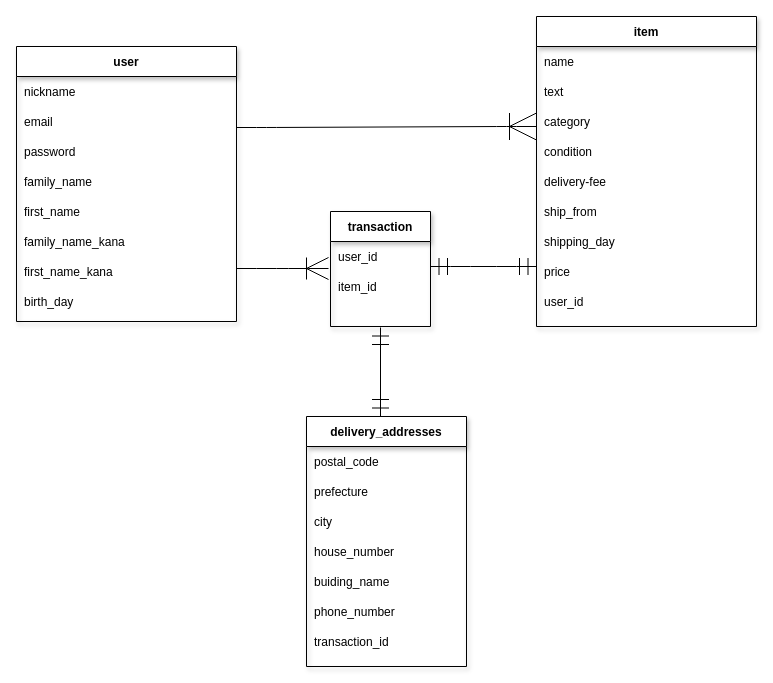
Above: er.dio in abeyuyajp/furima-34491 (draw.io), before the change. Source tidied: cells renumbered, new cells numbered last; positions are measured from the earlier drawing's top-left corner, leaving out a move shared by most shapes. Both pictures are drawn from the tidied source at 100%, with x=0, y=0 at pixel (16, 16).
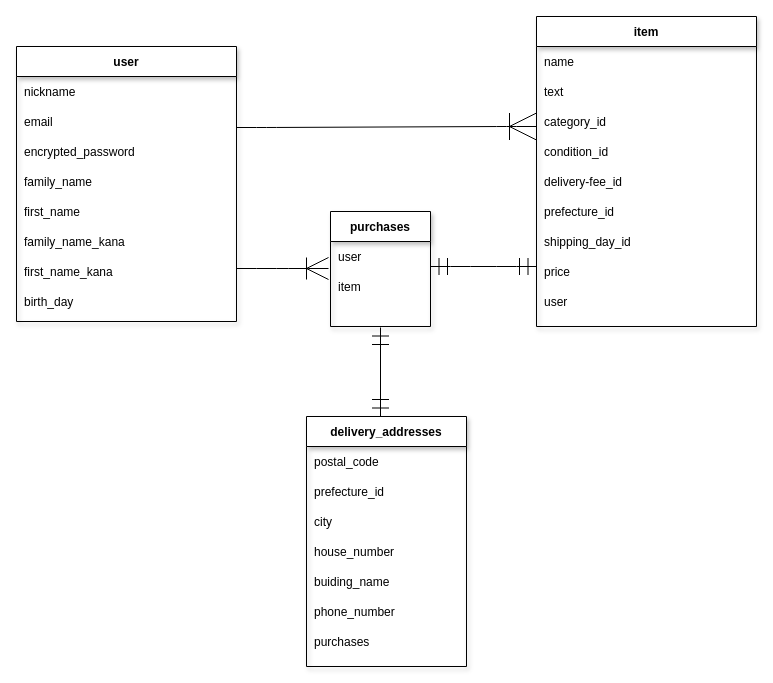
The same page after the edit.

Commit message (it also covers changes not shown here):
db設計の修正

The change refers to these unchanged cells:
```xml
<mxCell id="7" style="shape=partialRectangle;fillColor=none;top=0;left=0;bottom=0;right=0;" parent="2" vertex="1">
  <mxGeometry y="90" width="220" height="30" as="geometry" />
</mxCell>
<mxCell id="24" style="shape=partialRectangle;fillColor=none;top=0;left=0;bottom=0;right=0;" parent="19" vertex="1">
  <mxGeometry y="90" width="220" height="30" as="geometry" />
</mxCell>
<mxCell id="26" style="shape=partialRectangle;fillColor=none;top=0;left=0;bottom=0;right=0;" parent="19" vertex="1">
  <mxGeometry y="120" width="220" height="30" as="geometry" />
</mxCell>
<mxCell id="28" style="shape=partialRectangle;fillColor=none;top=0;left=0;bottom=0;right=0;" parent="19" vertex="1">
  <mxGeometry y="150" width="220" height="30" as="geometry" />
</mxCell>
<mxCell id="30" style="shape=partialRectangle;fillColor=none;top=0;left=0;bottom=0;right=0;" parent="19" vertex="1">
  <mxGeometry y="180" width="220" height="30" as="geometry" />
</mxCell>
<mxCell id="32" style="shape=partialRectangle;fillColor=none;top=0;left=0;bottom=0;right=0;" parent="19" vertex="1">
  <mxGeometry y="210" width="220" height="30" as="geometry" />
</mxCell>
<mxCell id="36" style="shape=partialRectangle;fillColor=none;top=0;left=0;bottom=0;right=0;" parent="19" vertex="1">
  <mxGeometry y="270" width="220" height="30" as="geometry" />
</mxCell>
<mxCell id="39" style="shape=partialRectangle;fillColor=none;top=0;left=0;bottom=0;right=0;" parent="38" vertex="1">
  <mxGeometry y="30" width="100" height="30" as="geometry" />
</mxCell>
<mxCell id="41" style="shape=partialRectangle;fillColor=none;top=0;left=0;bottom=0;right=0;" parent="38" vertex="1">
  <mxGeometry y="60" width="100" height="30" as="geometry" />
</mxCell>
<mxCell id="46" style="shape=partialRectangle;fillColor=none;top=0;left=0;bottom=0;right=0;" parent="43" vertex="1">
  <mxGeometry y="60" width="160" height="30" as="geometry" />
</mxCell>
<mxCell id="56" style="shape=partialRectangle;fillColor=none;top=0;left=0;bottom=0;right=0;" parent="43" vertex="1">
  <mxGeometry y="210" width="160" height="30" as="geometry" />
</mxCell>
```

What changed in the source:
```diff
@@
-    <mxCell id="8" value="password" style="shape=partialRectangle;fillColor=none;top=0;left=0;bottom=0;right=0;align=left;spacingLeft=6;overflow=hidden;" parent="7" vertex="1">
+    <mxCell id="8" value="encrypted_password" style="shape=partialRectangle;fillColor=none;top=0;left=0;bottom=0;right=0;align=left;spacingLeft=6;overflow=hidden;" parent="7" vertex="1">
       <mxGeometry width="220" height="30" as="geometry" />
     </mxCell>
@@
-    <mxCell id="25" value="category" style="shape=partialRectangle;fillColor=none;top=0;left=0;bottom=0;right=0;align=left;spacingLeft=6;overflow=hidden;" parent="24" vertex="1">
+    <mxCell id="25" value="category_id" style="shape=partialRectangle;fillColor=none;top=0;left=0;bottom=0;right=0;align=left;spacingLeft=6;overflow=hidden;" parent="24" vertex="1">
       <mxGeometry width="220" height="30" as="geometry" />
     </mxCell>
@@
-    <mxCell id="27" value="condition" style="shape=partialRectangle;fillColor=none;top=0;left=0;bottom=0;right=0;align=left;spacingLeft=6;overflow=hidden;" parent="26" vertex="1">
+    <mxCell id="27" value="condition_id" style="shape=partialRectangle;fillColor=none;top=0;left=0;bottom=0;right=0;align=left;spacingLeft=6;overflow=hidden;" parent="26" vertex="1">
       <mxGeometry width="220" height="30" as="geometry" />
     </mxCell>
@@
-    <mxCell id="29" value="delivery-fee" style="shape=partialRectangle;fillColor=none;top=0;left=0;bottom=0;right=0;align=left;spacingLeft=6;overflow=hidden;" parent="28" vertex="1">
+    <mxCell id="29" value="delivery-fee_id" style="shape=partialRectangle;fillColor=none;top=0;left=0;bottom=0;right=0;align=left;spacingLeft=6;overflow=hidden;" parent="28" vertex="1">
       <mxGeometry width="220" height="30" as="geometry" />
     </mxCell>
@@
-    <mxCell id="31" value="ship_from" style="shape=partialRectangle;fillColor=none;top=0;left=0;bottom=0;right=0;align=left;spacingLeft=6;overflow=hidden;" parent="30" vertex="1">
+    <mxCell id="31" value="prefecture_id" style="shape=partialRectangle;fillColor=none;top=0;left=0;bottom=0;right=0;align=left;spacingLeft=6;overflow=hidden;" parent="30" vertex="1">
       <mxGeometry width="220" height="30" as="geometry" />
     </mxCell>
@@
-    <mxCell id="33" value="shipping_day" style="shape=partialRectangle;fillColor=none;top=0;left=0;bottom=0;right=0;align=left;spacingLeft=6;overflow=hidden;" parent="32" vertex="1">
+    <mxCell id="33" value="shipping_day_id" style="shape=partialRectangle;fillColor=none;top=0;left=0;bottom=0;right=0;align=left;spacingLeft=6;overflow=hidden;" parent="32" vertex="1">
       <mxGeometry width="220" height="30" as="geometry" />
     </mxCell>
@@
-    <mxCell id="37" value="user_id" style="shape=partialRectangle;fillColor=none;top=0;left=0;bottom=0;right=0;align=left;spacingLeft=6;overflow=hidden;" parent="36" vertex="1">
+    <mxCell id="37" value="user" style="shape=partialRectangle;fillColor=none;top=0;left=0;bottom=0;right=0;align=left;spacingLeft=6;overflow=hidden;" parent="36" vertex="1">
       <mxGeometry width="220" height="30" as="geometry" />
     </mxCell>
-    <mxCell id="38" value="transaction" style="shape=table;startSize=30;childLayout=tableLayout;rowLines=0;fontStyle=1;align=center;shadow=1;" parent="1" vertex="1">
+    <mxCell id="38" value="purchases" style="shape=table;startSize=30;childLayout=tableLayout;rowLines=0;fontStyle=1;align=center;shadow=1;" parent="1" vertex="1">
       <mxGeometry x="314" y="195" width="100" height="115" as="geometry" />
     </mxCell>
@@
-    <mxCell id="40" value="user_id" style="shape=partialRectangle;fillColor=none;top=0;left=0;bottom=0;right=0;align=left;spacingLeft=6;overflow=hidden;" parent="39" vertex="1">
+    <mxCell id="40" value="user" style="shape=partialRectangle;fillColor=none;top=0;left=0;bottom=0;right=0;align=left;spacingLeft=6;overflow=hidden;" parent="39" vertex="1">
       <mxGeometry width="100" height="30" as="geometry" />
     </mxCell>
@@
-    <mxCell id="42" value="item_id" style="shape=partialRectangle;fillColor=none;top=0;left=0;bottom=0;right=0;align=left;spacingLeft=6;overflow=hidden;" parent="41" vertex="1">
+    <mxCell id="42" value="item" style="shape=partialRectangle;fillColor=none;top=0;left=0;bottom=0;right=0;align=left;spacingLeft=6;overflow=hidden;" parent="41" vertex="1">
       <mxGeometry width="100" height="30" as="geometry" />
     </mxCell>
@@
-    <mxCell id="47" value="prefecture" style="shape=partialRectangle;fillColor=none;top=0;left=0;bottom=0;right=0;align=left;spacingLeft=6;overflow=hidden;" parent="46" vertex="1">
+    <mxCell id="47" value="prefecture_id" style="shape=partialRectangle;fillColor=none;top=0;left=0;bottom=0;right=0;align=left;spacingLeft=6;overflow=hidden;" parent="46" vertex="1">
       <mxGeometry width="160" height="30" as="geometry" />
     </mxCell>
@@
-    <mxCell id="57" value="transaction_id" style="shape=partialRectangle;fillColor=none;top=0;left=0;bottom=0;right=0;align=left;spacingLeft=6;overflow=hidden;" parent="56" vertex="1">
+    <mxCell id="57" value="purchases" style="shape=partialRectangle;fillColor=none;top=0;left=0;bottom=0;right=0;align=left;spacingLeft=6;overflow=hidden;" parent="56" vertex="1">
       <mxGeometry width="160" height="30" as="geometry" />
     </mxCell>
```
